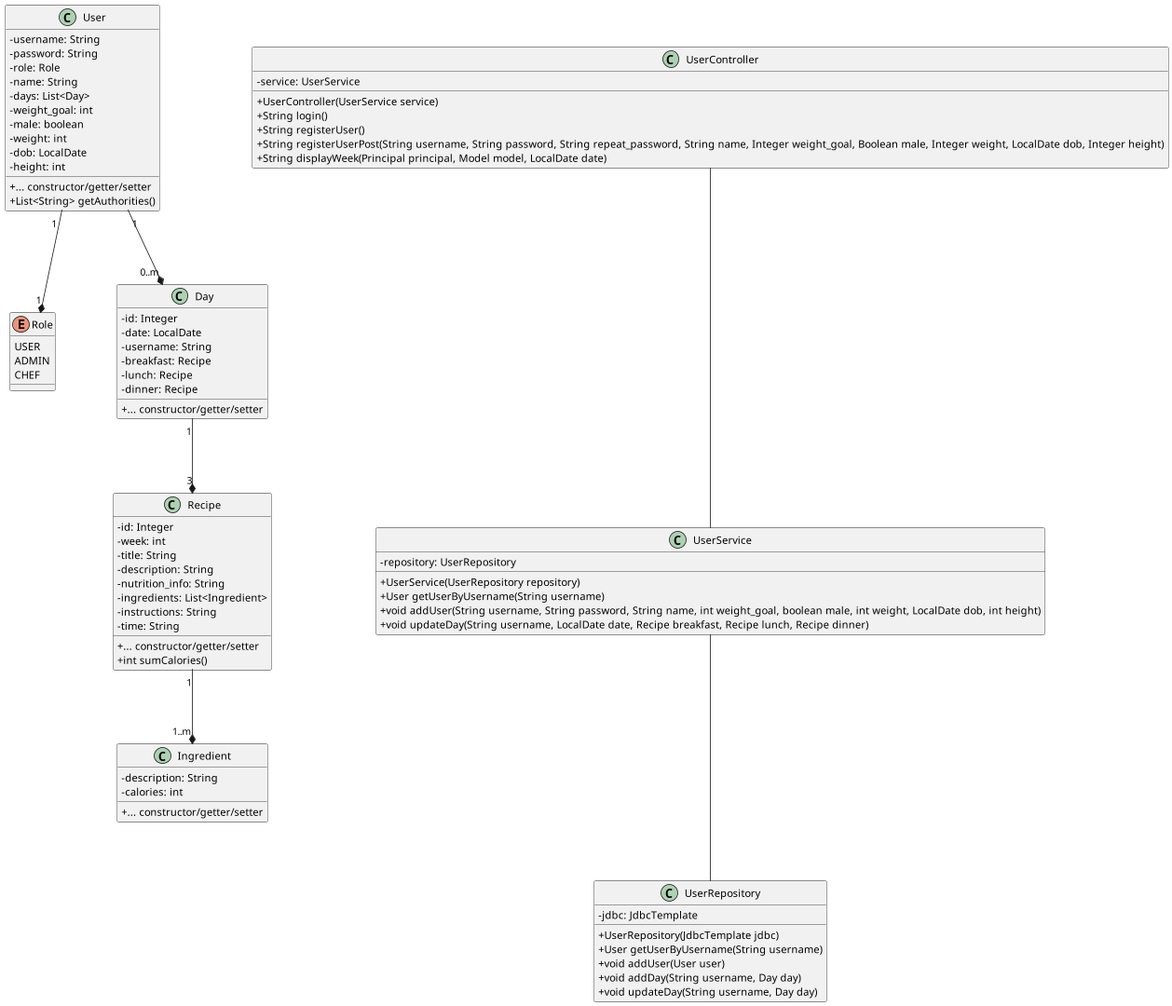
sofush/kostplan keeps this PlantUML diagram as diagram/class-diagram.png. Above is the earlier version.
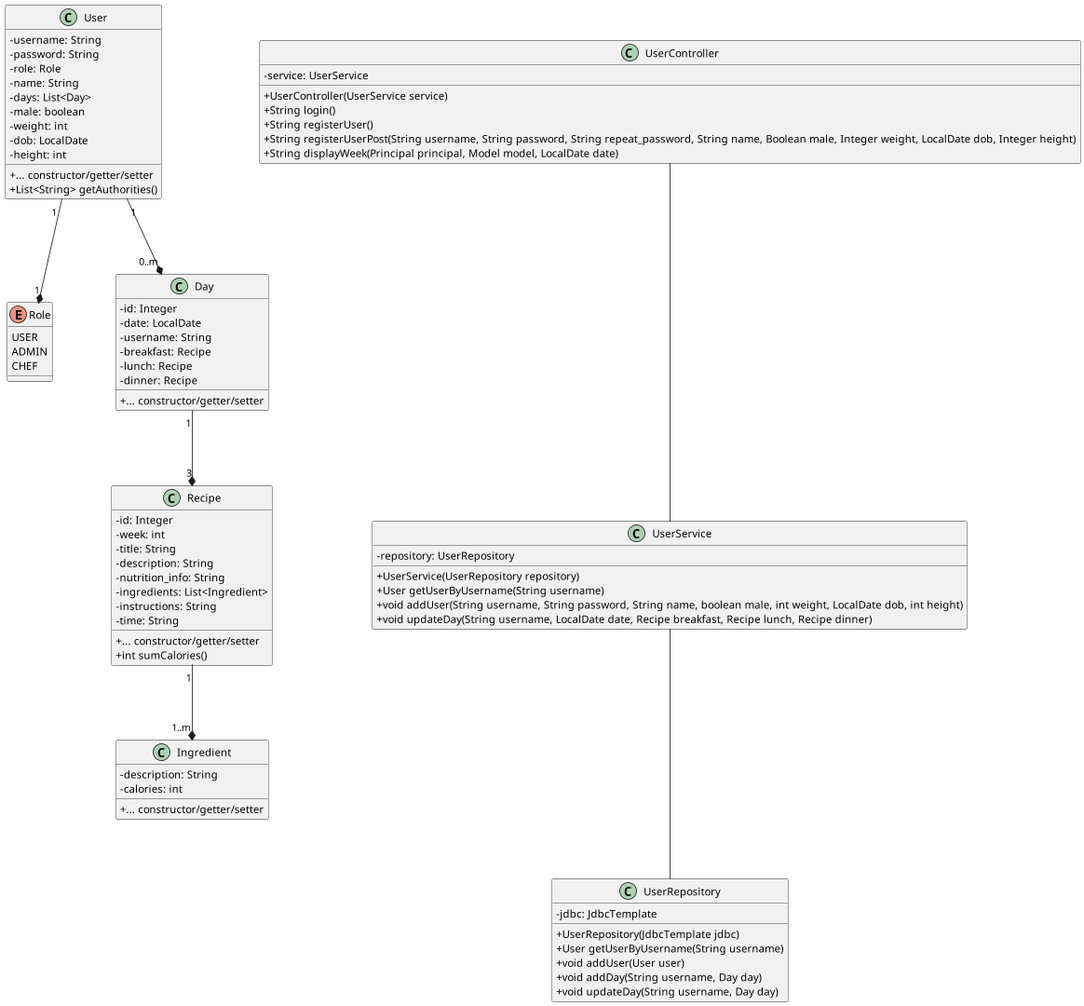
After the change.

Commit message:
feat: remove weight goal for the User entity

Change to the diagram source:
```diff
@@ -12,7 +12,6 @@
 	- role: Role
 	- name: String
 	- days: List<Day>
-	- weight_goal: int
 	- male: boolean
 	- weight: int
 	- dob: LocalDate
@@ -51,14 +50,14 @@
 	+ UserController(UserService service)
 	+ String login()
 	+ String registerUser()
-	+ String registerUserPost(String username, String password, String repeat_password, String name, Integer weight_goal, Boolean male, Integer weight, LocalDate dob, Integer height)
+	+ String registerUserPost(String username, String password, String repeat_password, String name, Boolean male, Integer weight, LocalDate dob, Integer height)
 	+ String displayWeek(Principal principal, Model model, LocalDate date)
 }
 class UserService {
 	- repository: UserRepository
 	+ UserService(UserRepository repository)
 	+ User getUserByUsername(String username)
-	+ void addUser(String username, String password, String name, int weight_goal, boolean male, int weight, LocalDate dob, int height)
+	+ void addUser(String username, String password, String name, boolean male, int weight, LocalDate dob, int height)
 	+ void updateDay(String username, LocalDate date, Recipe breakfast, Recipe lunch, Recipe dinner)
 }
 class UserRepository {
```
